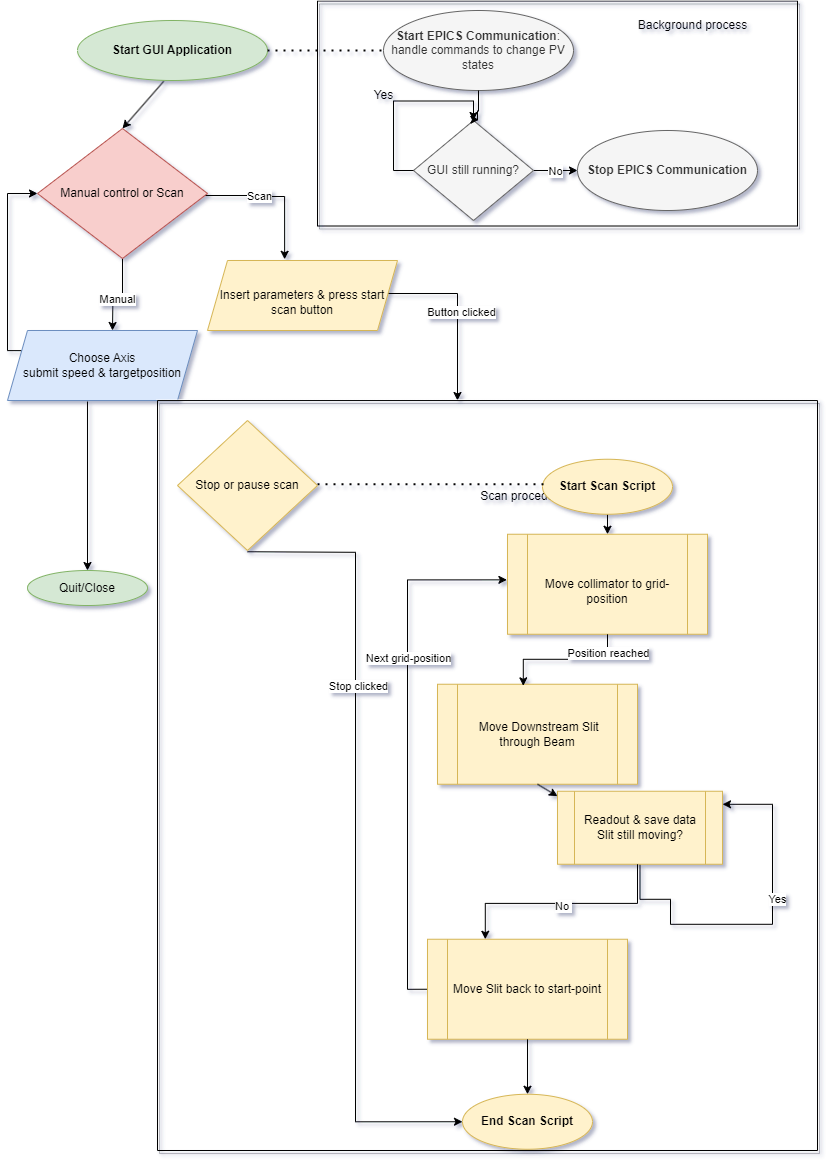
The draw.io diagram Program_Diagram.drawio.png in sistrebel/Emittancemeter_control, before a commit. Source tidied: cells renumbered, new cells last; positions are measured from the earlier drawing's top-left corner, leaving out a move shared by most shapes.
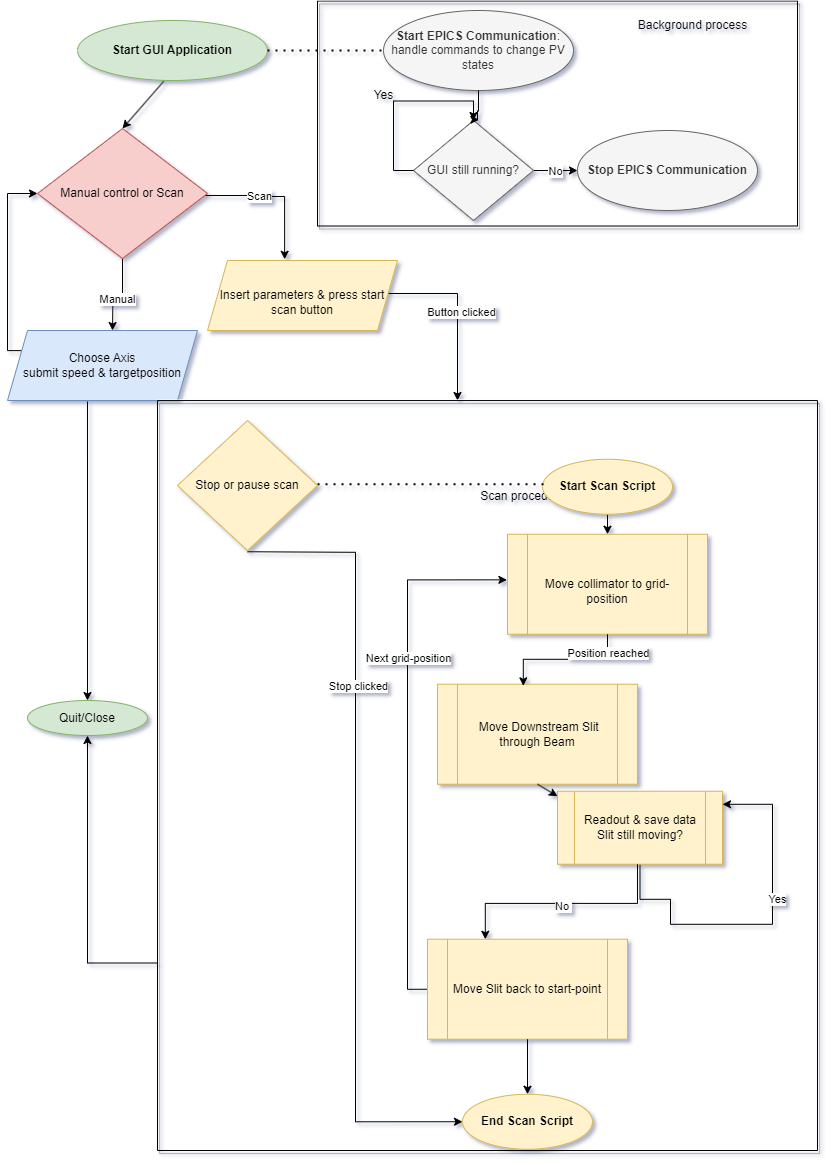
Above is the later version.

Diff of the diagram source:
```diff
@@ -15,7 +15,7 @@
       <mxGeometry x="70" y="20" width="190" height="60" as="geometry" />
     </mxCell>
     <mxCell id="5" value="Quit/Close" style="ellipse;whiteSpace=wrap;html=1;fillColor=#d5e8d4;strokeColor=#82b366;" parent="1" vertex="1">
-      <mxGeometry x="20" y="570" width="120" height="35" as="geometry" />
+      <mxGeometry x="20" y="700" width="120" height="35" as="geometry" />
     </mxCell>
     <mxCell id="6" style="edgeStyle=orthogonalEdgeStyle;rounded=0;jettySize=auto;html=1;entryX=0.406;entryY=-0.017;entryDx=0;entryDy=0;entryPerimeter=0;" parent="1" edge="1" source="10" target="14">
       <mxGeometry relative="1" as="geometry">
@@ -114,6 +114,9 @@
     <mxCell id="27" value="&lt;b style=&quot;border-color: var(--border-color); color: rgb(51, 51, 51);&quot;&gt;Stop EPICS Communication&lt;/b&gt;" style="ellipse;whiteSpace=wrap;html=1;fillColor=#f5f5f5;fontColor=#333333;strokeColor=#666666;" parent="18" vertex="1">
       <mxGeometry x="260" y="129.5" width="180" height="80" as="geometry" />
     </mxCell>
+    <mxCell id="51" style="edgeStyle=orthogonalEdgeStyle;rounded=0;jettySize=auto;html=1;exitX=0;exitY=0.75;exitDx=0;exitDy=0;entryX=0.5;entryY=1;entryDx=0;entryDy=0;" parent="1" edge="1" source="28" target="5">
+      <mxGeometry relative="1" as="geometry" />
+    </mxCell>
     <mxCell id="28" style="swimlane;startSize=0;fillColor=#E6E6E6;strokeColor=default;fillStyle=solid;rounded=0;shadow=1;glass=1;" parent="1" vertex="1">
       <mxGeometry x="150" y="400" width="660" height="750" as="geometry" />
     </mxCell>
```
